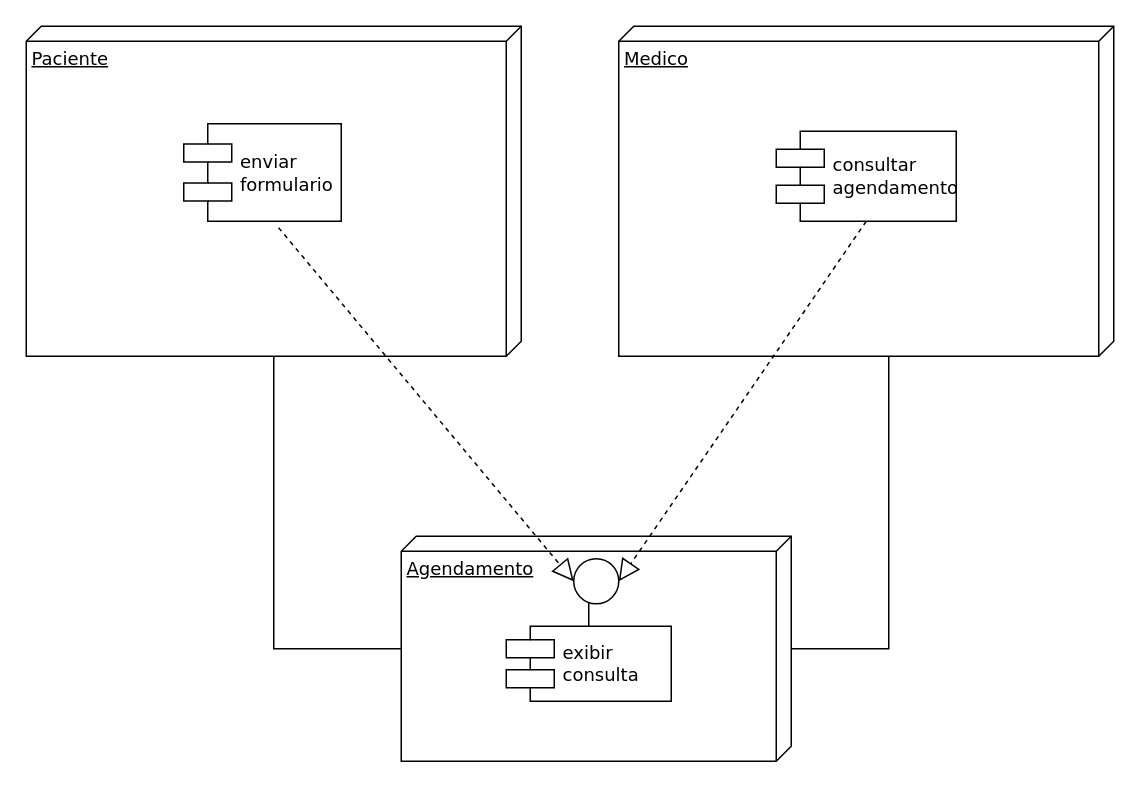
matheuxsx3/Modelagem_De_Sistemas keeps this draw.io diagram as diagrama-de-componentes.drawio. Above is the earlier version. Source tidied: cells renumbered, new cells numbered last; positions are measured from the earlier drawing's top-left corner, leaving out a move shared by most shapes. Both pictures are drawn from the tidied source at 150%, with x=0, y=0 at pixel (26, 26).
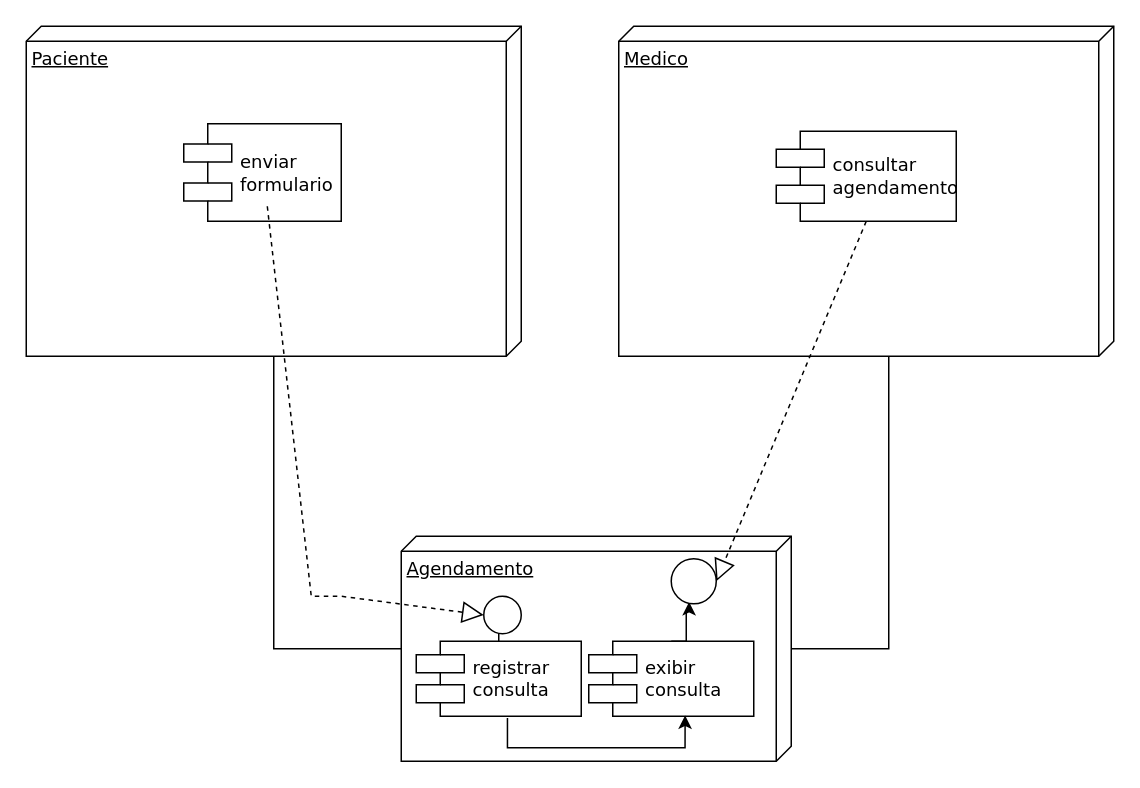
The same page after the edit.

Unchanged cells that the change refers to:
```xml
<mxCell id="5" value="enviar &lt;br&gt;formulario" style="shape=component;align=left;spacingLeft=36;rounded=0;shadow=0;comic=0;labelBackgroundColor=none;strokeWidth=1;fontFamily=Verdana;fontSize=12;html=1;" parent="1" vertex="1">
  <mxGeometry x="105" y="65" width="105" height="65" as="geometry" />
</mxCell>
```

The edit, as a diff of the source:
```diff
@@
-    <mxCell id="7" style="edgeStyle=orthogonalEdgeStyle;rounded=0;jettySize=auto;html=1;" parent="1" edge="1" source="8" target="11">
-      <mxGeometry relative="1" as="geometry" />
+    <mxCell id="7" style="edgeStyle=orthogonalEdgeStyle;rounded=0;jettySize=auto;html=1;exitX=0.5;exitY=0;exitDx=0;exitDy=0;entryX=0.396;entryY=0.961;entryDx=0;entryDy=0;entryPerimeter=0;" parent="1" edge="1" source="8" target="11">
+      <mxGeometry relative="1" as="geometry">
+        <Array as="points">
+          <mxPoint x="440" y="410" />
+          <mxPoint x="440" y="390" />
+          <mxPoint x="442" y="390" />
+        </Array>
+      </mxGeometry>
     </mxCell>
     <mxCell id="8" value="exibir&lt;br&gt;consulta" style="shape=component;align=left;spacingLeft=36;rounded=0;shadow=0;comic=0;labelBackgroundColor=none;strokeWidth=1;fontFamily=Verdana;fontSize=12;html=1;" parent="1" vertex="1">
-      <mxGeometry x="320" y="400" width="110" height="50" as="geometry" />
+      <mxGeometry x="375" y="410" width="110" height="50" as="geometry" />
     </mxCell>
@@
     <mxCell id="11" style="ellipse;whiteSpace=wrap;html=1;fontFamily=Verdana;align=left;spacingLeft=36;rounded=0;shadow=0;comic=0;labelBackgroundColor=none;strokeWidth=1;" parent="1" vertex="1">
-      <mxGeometry x="365" y="355" width="30" height="30" as="geometry" />
+      <mxGeometry x="430" y="355" width="30" height="30" as="geometry" />
     </mxCell>
-    <mxCell id="12" style="endArrow=block;dashed=1;endFill=0;endSize=12;html=1;rounded=0;exitX=0.602;exitY=1.066;exitDx=0;exitDy=0;exitPerimeter=0;entryX=0;entryY=0.5;entryDx=0;entryDy=0;" parent="1" edge="1" source="5" target="11">
-      <mxGeometry relative="1" as="geometry" />
+    <mxCell id="12" style="endArrow=block;dashed=1;endFill=0;endSize=12;html=1;rounded=0;exitX=0.5;exitY=1;exitDx=0;exitDy=0;entryX=0;entryY=0.5;entryDx=0;entryDy=0;" parent="1" edge="1" target="17">
+      <mxGeometry relative="1" as="geometry">
+        <mxPoint x="160.7" y="120" as="sourcePoint" />
+        <Array as="points">
+          <mxPoint x="190" y="380" />
+          <mxPoint x="210" y="380" />
+        </Array>
+      </mxGeometry>
     </mxCell>
@@
+    <mxCell id="14" style="edgeStyle=orthogonalEdgeStyle;rounded=0;jettySize=auto;html=1;" parent="1" edge="1" source="16" target="17">
+      <mxGeometry relative="1" as="geometry" />
+    </mxCell>
+    <mxCell id="15" style="edgeStyle=orthogonalEdgeStyle;rounded=0;jettySize=auto;html=1;exitX=0.5;exitY=1;exitDx=0;exitDy=0;entryX=0.584;entryY=0.989;entryDx=0;entryDy=0;entryPerimeter=0;" parent="1" edge="1" target="8">
+      <mxGeometry relative="1" as="geometry">
+        <mxPoint x="320.8" y="461.1" as="sourcePoint" />
+        <Array as="points">
+          <mxPoint x="321" y="481" />
+          <mxPoint x="440" y="481" />
+          <mxPoint x="440" y="460" />
+        </Array>
+      </mxGeometry>
+    </mxCell>
+    <mxCell id="16" value="registrar&lt;br&gt;consulta" style="shape=component;align=left;spacingLeft=36;rounded=0;shadow=0;comic=0;labelBackgroundColor=none;strokeWidth=1;fontFamily=Verdana;fontSize=12;html=1;" parent="1" vertex="1">
+      <mxGeometry x="260" y="410" width="110" height="50" as="geometry" />
+    </mxCell>
+    <mxCell id="17" style="ellipse;whiteSpace=wrap;html=1;fontFamily=Verdana;align=left;spacingLeft=36;rounded=0;shadow=0;comic=0;labelBackgroundColor=none;strokeWidth=1;" parent="1" vertex="1">
+      <mxGeometry x="305" y="380" width="25" height="25" as="geometry" />
+    </mxCell>
```
